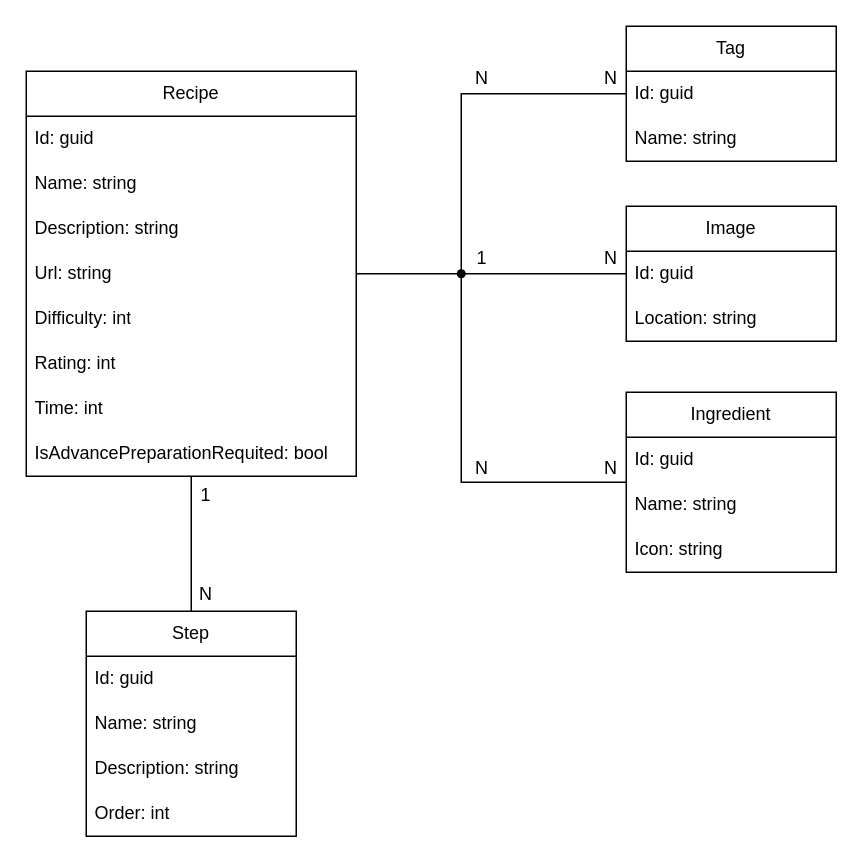
Before: Modelos/Recetas - Diagrama de datos.drawio in AsranStark/Recetas, a draw.io diagram. Source tidied: cells renumbered, new cells numbered last; positions are measured from the earlier drawing's top-left corner, leaving out a move shared by most shapes. Both pictures are drawn from the tidied source at 150%, with x=0, y=0 at pixel (26, 26).
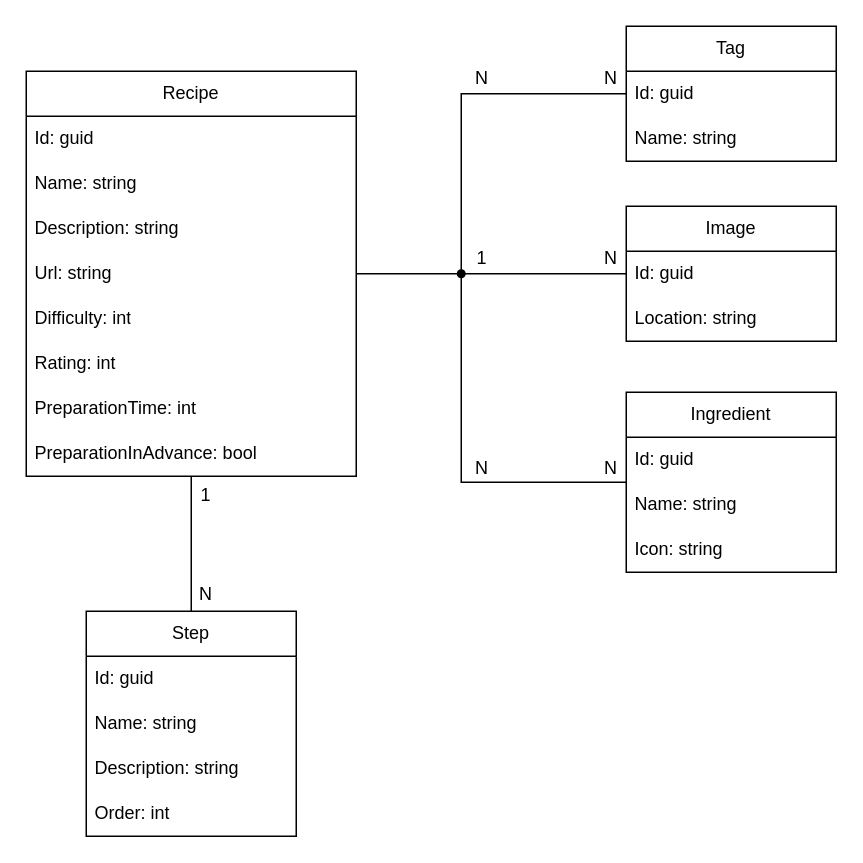
The same diagram, later.

Unchanged cells that the change refers to:
```xml
<mxCell id="3" value="Recipe" style="swimlane;fontStyle=0;horizontal=1;startSize=30;whiteSpace=wrap;html=1;" parent="1" vertex="1">
  <mxGeometry y="30" width="220" height="270" as="geometry" />
</mxCell>
```

Diff of the diagram source:
```diff
@@
-    <mxCell id="10" value="Time: int" style="text;strokeColor=none;fillColor=none;align=left;verticalAlign=middle;spacingLeft=4;spacingRight=4;overflow=hidden;whiteSpace=wrap;html=1;" parent="3" vertex="1">
+    <mxCell id="10" value="PreparationTime: int" style="text;strokeColor=none;fillColor=none;align=left;verticalAlign=middle;spacingLeft=4;spacingRight=4;overflow=hidden;whiteSpace=wrap;html=1;" parent="3" vertex="1">
       <mxGeometry y="210" width="220" height="30" as="geometry" />
     </mxCell>
-    <mxCell id="11" value="IsAdvancePreparationRequited: bool" style="text;strokeColor=none;fillColor=none;align=left;verticalAlign=middle;spacingLeft=4;spacingRight=4;overflow=hidden;whiteSpace=wrap;html=1;" parent="3" vertex="1">
+    <mxCell id="11" value="PreparationInAdvance: bool" style="text;strokeColor=none;fillColor=none;align=left;verticalAlign=middle;spacingLeft=4;spacingRight=4;overflow=hidden;whiteSpace=wrap;html=1;" parent="3" vertex="1">
       <mxGeometry y="240" width="220" height="30" as="geometry" />
     </mxCell>
```
